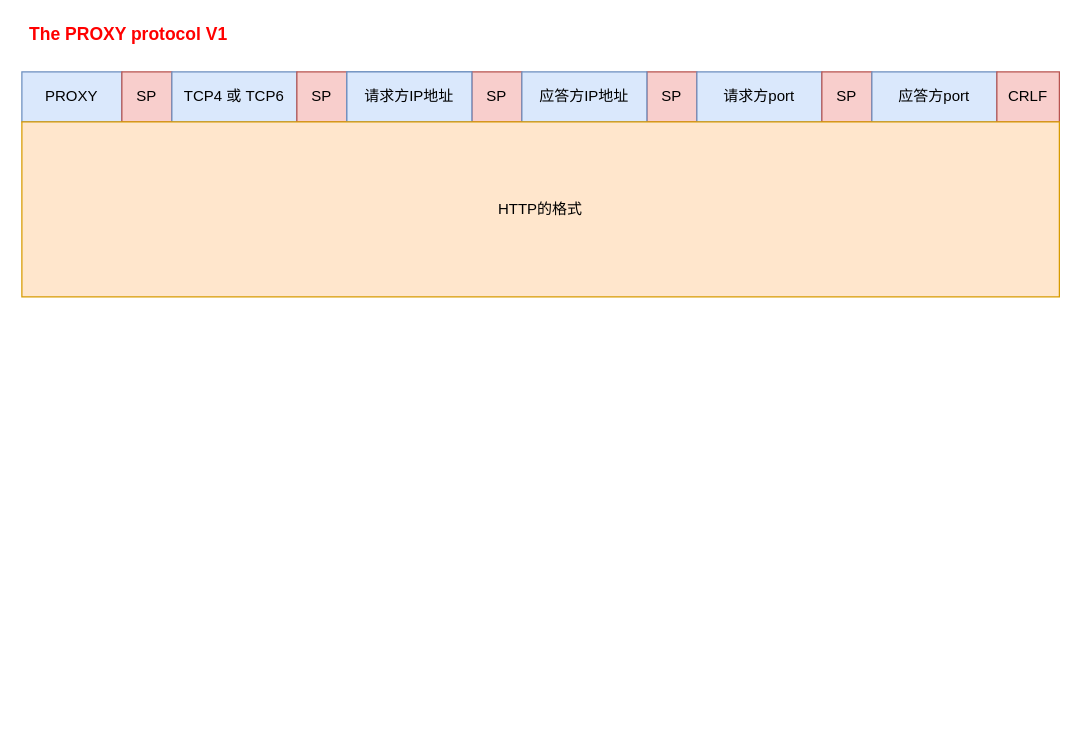
The draw.io diagram HTTp.drawio in moonlightop/Blog, before the edit. Source tidied: cells renumbered, new cells numbered last; positions are measured from the earlier drawing's top-left corner, leaving out a move shared by most shapes. Both pictures are drawn from the tidied source at 125%, with x=0, y=0 at pixel (21, 21).
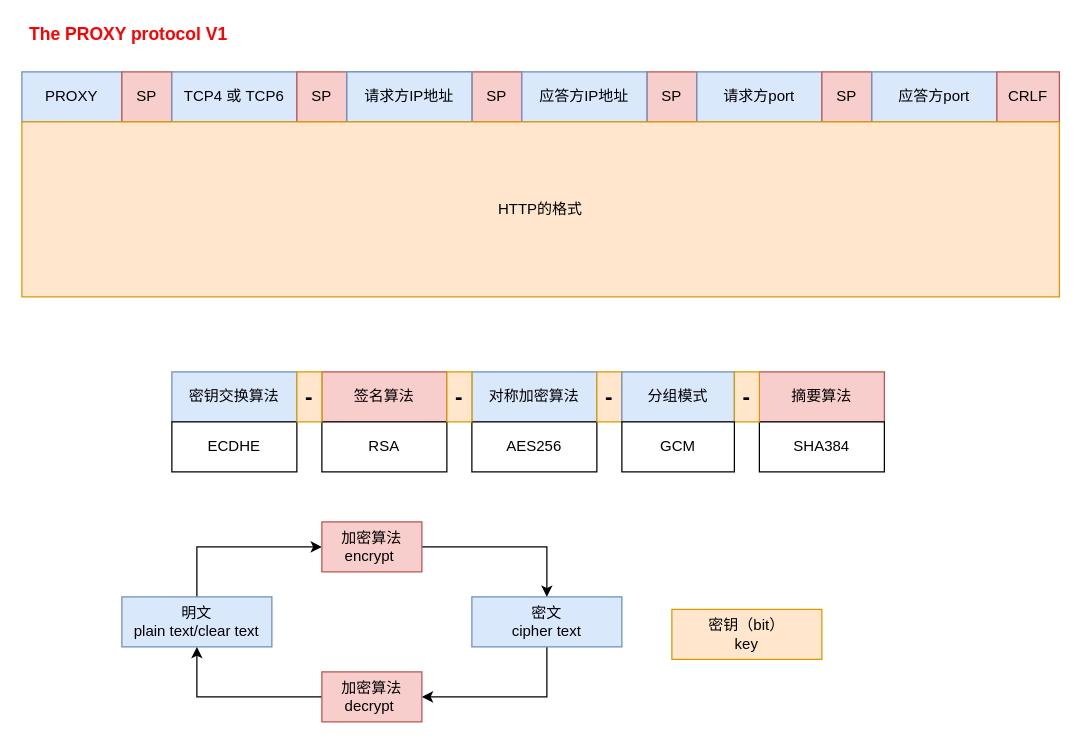
Above is the later version.

The edit, as a diff of the source:
```diff
@@
+    <mxCell id="17" value="密钥交换算法" style="rounded=0;whiteSpace=wrap;html=1;fillColor=#dae8fc;strokeColor=#6c8ebf;" parent="1" vertex="1">
+      <mxGeometry x="120" y="280" width="100" height="40" as="geometry" />
+    </mxCell>
+    <mxCell id="18" value="签名算法" style="rounded=0;whiteSpace=wrap;html=1;fillColor=#f8cecc;strokeColor=#b85450;" parent="1" vertex="1">
+      <mxGeometry x="240" y="280" width="100" height="40" as="geometry" />
+    </mxCell>
+    <mxCell id="19" value="对称加密算法" style="rounded=0;whiteSpace=wrap;html=1;fillColor=#dae8fc;strokeColor=#6c8ebf;" parent="1" vertex="1">
+      <mxGeometry x="360" y="280" width="100" height="40" as="geometry" />
+    </mxCell>
+    <mxCell id="20" value="摘要算法" style="rounded=0;whiteSpace=wrap;html=1;fillColor=#f8cecc;strokeColor=#b85450;" parent="1" vertex="1">
+      <mxGeometry x="590" y="280" width="100" height="40" as="geometry" />
+    </mxCell>
+    <mxCell id="21" value="ECDHE" style="rounded=0;whiteSpace=wrap;html=1;" parent="1" vertex="1">
+      <mxGeometry x="120" y="320" width="100" height="40" as="geometry" />
+    </mxCell>
+    <mxCell id="22" value="RSA" style="rounded=0;whiteSpace=wrap;html=1;" parent="1" vertex="1">
+      <mxGeometry x="240" y="320" width="100" height="40" as="geometry" />
+    </mxCell>
+    <mxCell id="23" value="AES256" style="rounded=0;whiteSpace=wrap;html=1;" parent="1" vertex="1">
+      <mxGeometry x="360" y="320" width="100" height="40" as="geometry" />
+    </mxCell>
+    <mxCell id="24" value="SHA384" style="rounded=0;whiteSpace=wrap;html=1;" parent="1" vertex="1">
+      <mxGeometry x="590" y="320" width="100" height="40" as="geometry" />
+    </mxCell>
+    <mxCell id="25" value="&lt;b&gt;&lt;font style=&quot;font-size: 18px&quot;&gt;-&lt;/font&gt;&lt;/b&gt;" style="rounded=0;whiteSpace=wrap;html=1;fillColor=#ffe6cc;strokeColor=#d79b00;" parent="1" vertex="1">
+      <mxGeometry x="220" y="280" width="20" height="40" as="geometry" />
+    </mxCell>
+    <mxCell id="26" value="&lt;b&gt;&lt;font style=&quot;font-size: 18px&quot;&gt;-&lt;/font&gt;&lt;/b&gt;" style="rounded=0;whiteSpace=wrap;html=1;fillColor=#ffe6cc;strokeColor=#d79b00;" parent="1" vertex="1">
+      <mxGeometry x="340" y="280" width="20" height="40" as="geometry" />
+    </mxCell>
+    <mxCell id="27" value="&lt;b&gt;&lt;font style=&quot;font-size: 18px&quot;&gt;-&lt;/font&gt;&lt;/b&gt;" style="rounded=0;whiteSpace=wrap;html=1;fillColor=#ffe6cc;strokeColor=#d79b00;" parent="1" vertex="1">
+      <mxGeometry x="460" y="280" width="20" height="40" as="geometry" />
+    </mxCell>
+    <mxCell id="28" value="分组模式" style="rounded=0;whiteSpace=wrap;html=1;fillColor=#dae8fc;strokeColor=#6c8ebf;" parent="1" vertex="1">
+      <mxGeometry x="480" y="280" width="90" height="40" as="geometry" />
+    </mxCell>
+    <mxCell id="29" value="&lt;b&gt;&lt;font style=&quot;font-size: 18px&quot;&gt;-&lt;/font&gt;&lt;/b&gt;" style="rounded=0;whiteSpace=wrap;html=1;fillColor=#ffe6cc;strokeColor=#d79b00;" parent="1" vertex="1">
+      <mxGeometry x="570" y="280" width="20" height="40" as="geometry" />
+    </mxCell>
+    <mxCell id="30" value="GCM" style="rounded=0;whiteSpace=wrap;html=1;" parent="1" vertex="1">
+      <mxGeometry x="480" y="320" width="90" height="40" as="geometry" />
+    </mxCell>
+    <mxCell id="31" style="edgeStyle=orthogonalEdgeStyle;rounded=0;jettySize=auto;html=1;entryX=0;entryY=0.5;entryDx=0;entryDy=0;exitX=0.5;exitY=0;exitDx=0;exitDy=0;" parent="1" edge="1" source="32" target="36">
+      <mxGeometry relative="1" as="geometry" />
+    </mxCell>
+    <mxCell id="32" value="明文&lt;br&gt;plain text/clear text" style="rounded=0;whiteSpace=wrap;html=1;fillColor=#dae8fc;strokeColor=#6c8ebf;" parent="1" vertex="1">
+      <mxGeometry x="80" y="460" width="120" height="40" as="geometry" />
+    </mxCell>
+    <mxCell id="33" style="edgeStyle=orthogonalEdgeStyle;rounded=0;jettySize=auto;html=1;exitX=0.5;exitY=1;exitDx=0;exitDy=0;entryX=1;entryY=0.5;entryDx=0;entryDy=0;" parent="1" edge="1" source="34" target="38">
+      <mxGeometry relative="1" as="geometry" />
+    </mxCell>
+    <mxCell id="34" value="密文&lt;br&gt;cipher text" style="rounded=0;whiteSpace=wrap;html=1;fillColor=#dae8fc;strokeColor=#6c8ebf;" parent="1" vertex="1">
+      <mxGeometry x="360" y="460" width="120" height="40" as="geometry" />
+    </mxCell>
+    <mxCell id="35" style="edgeStyle=orthogonalEdgeStyle;rounded=0;jettySize=auto;html=1;exitX=1;exitY=0.5;exitDx=0;exitDy=0;entryX=0.5;entryY=0;entryDx=0;entryDy=0;" parent="1" edge="1" source="36" target="34">
+      <mxGeometry relative="1" as="geometry" />
+    </mxCell>
+    <mxCell id="36" value="加密算法&lt;br&gt;encrypt&amp;nbsp;" style="rounded=0;whiteSpace=wrap;html=1;fillColor=#f8cecc;strokeColor=#b85450;" parent="1" vertex="1">
+      <mxGeometry x="240" y="400" width="80" height="40" as="geometry" />
+    </mxCell>
+    <mxCell id="37" style="edgeStyle=orthogonalEdgeStyle;rounded=0;jettySize=auto;html=1;exitX=0;exitY=0.5;exitDx=0;exitDy=0;entryX=0.5;entryY=1;entryDx=0;entryDy=0;" parent="1" edge="1" source="38" target="32">
+      <mxGeometry relative="1" as="geometry" />
+    </mxCell>
+    <mxCell id="38" value="加密算法&lt;br&gt;decrypt&amp;nbsp;" style="rounded=0;whiteSpace=wrap;html=1;fillColor=#f8cecc;strokeColor=#b85450;" parent="1" vertex="1">
+      <mxGeometry x="240" y="520" width="80" height="40" as="geometry" />
+    </mxCell>
+    <mxCell id="39" value="密钥（bit）&lt;br&gt;key" style="rounded=0;whiteSpace=wrap;html=1;fillColor=#ffe6cc;strokeColor=#d79b00;" parent="1" vertex="1">
+      <mxGeometry x="520" y="470" width="120" height="40" as="geometry" />
+    </mxCell>
```
